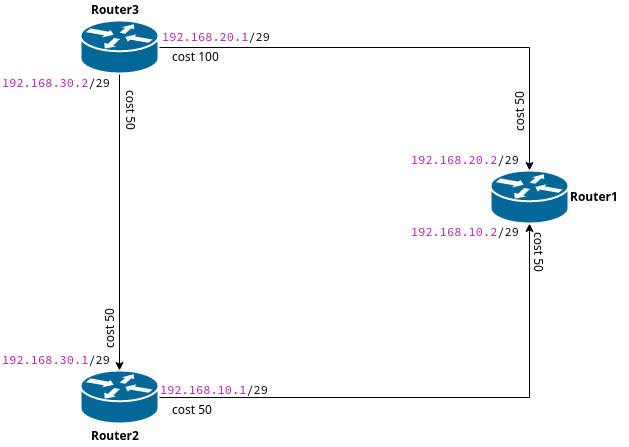
Above: lan.png in didaktikm/routing (draw.io), before the change. Source tidied: cells renumbered, new cells last; positions are measured from the earlier drawing's top-left corner, leaving out a move shared by most shapes.
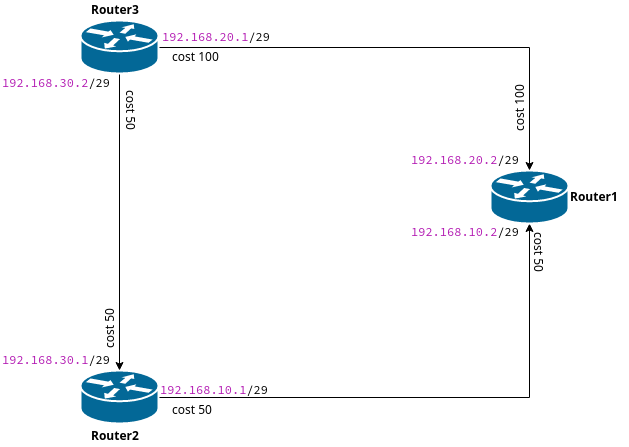
After the change.

What changed in the source:
```diff
@@ -59,7 +59,7 @@
     <mxCell id="20" value="cost 50" style="text;html=1;align=left;verticalAlign=top;spacingTop=-4;direction=south;rotation=-90;" parent="1" vertex="1">
       <mxGeometry x="80" y="310" width="60" height="20" as="geometry" />
     </mxCell>
-    <mxCell id="21" value="cost 50" style="text;html=1;align=left;verticalAlign=top;spacingTop=-4;direction=south;rotation=-90;" parent="1" vertex="1">
+    <mxCell id="21" value="cost 100" style="text;html=1;align=left;verticalAlign=top;spacingTop=-4;direction=south;rotation=-90;" parent="1" vertex="1">
       <mxGeometry x="490" y="93" width="60" height="20" as="geometry" />
     </mxCell>
     <mxCell id="22" value="cost 50" style="text;html=1;align=left;verticalAlign=top;spacingTop=-4;direction=south;rotation=90;" parent="1" vertex="1">
```
